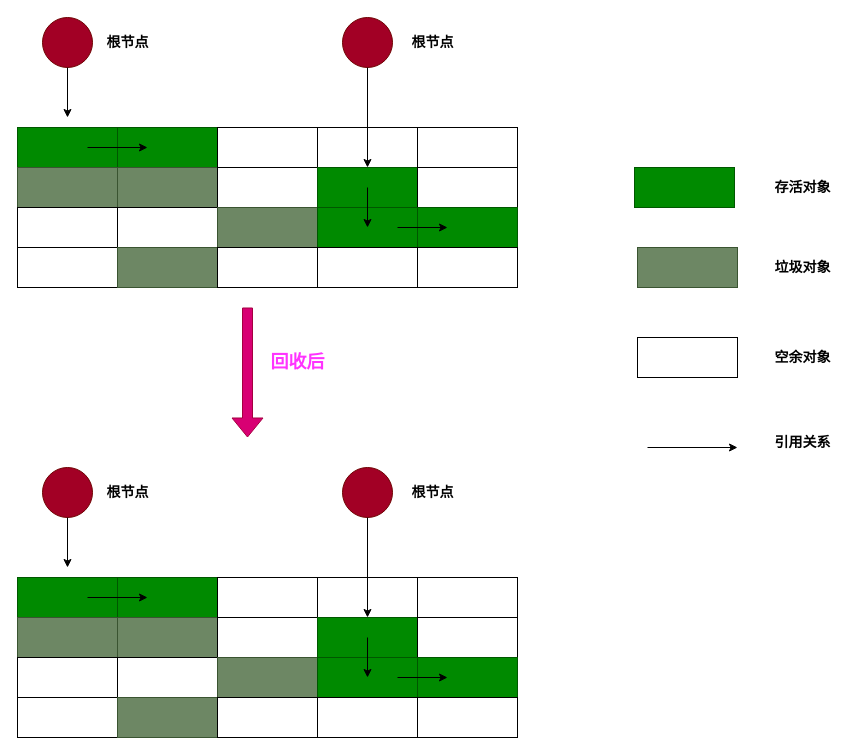
wenxuan-ping/picture keeps this draw.io diagram as jvm/JVM-垃圾回收算法-标记清除算法.drawio. Above is the earlier version. Source tidied: cells renumbered, new cells numbered last; positions are measured from the earlier drawing's top-left corner, leaving out a move shared by most shapes. Both pictures are drawn from the tidied source at 100%, with x=0, y=0 at pixel (17, 17).
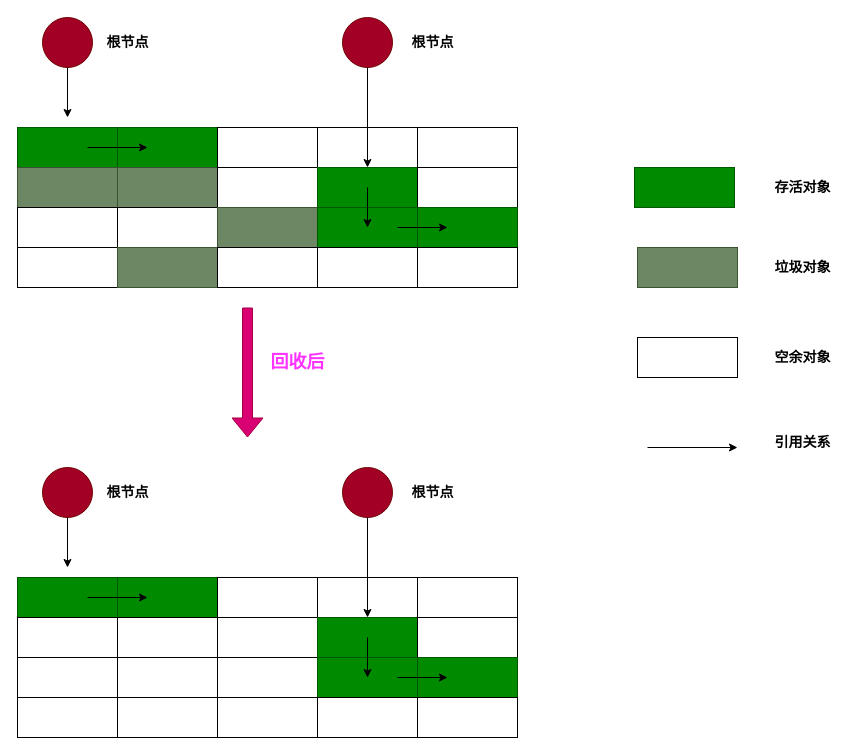
After the change.

Commit message (it also covers changes not shown here):
更新JVM-垃圾回收算法-标记清除算法.drawio

The edit, as a diff of the source:
```diff
@@
-    <mxCell id="42" style="rounded=0;whiteSpace=wrap;html=1;fillColor=#6d8764;strokeColor=#3A5431;fontColor=#ffffff;fontSize=14;fontStyle=1;" parent="1" vertex="1">
+    <mxCell id="42" style="rounded=0;whiteSpace=wrap;html=1;fontSize=14;fontStyle=1;" parent="1" vertex="1">
       <mxGeometry y="600" width="100" height="40" as="geometry" />
     </mxCell>
-    <mxCell id="43" style="rounded=0;whiteSpace=wrap;html=1;fillColor=#6d8764;strokeColor=#3A5431;fontColor=#ffffff;fontSize=14;fontStyle=1;" parent="1" vertex="1">
+    <mxCell id="43" style="rounded=0;whiteSpace=wrap;html=1;fontSize=14;fontStyle=1;" parent="1" vertex="1">
       <mxGeometry x="100" y="600" width="100" height="40" as="geometry" />
     </mxCell>
@@
-    <mxCell id="49" style="rounded=0;whiteSpace=wrap;html=1;fillColor=#6d8764;fontColor=#ffffff;strokeColor=#3A5431;fontSize=14;fontStyle=1;" parent="1" vertex="1">
+    <mxCell id="49" style="rounded=0;whiteSpace=wrap;html=1;fontSize=14;fontStyle=1;" parent="1" vertex="1">
       <mxGeometry x="200" y="640" width="100" height="40" as="geometry" />
     </mxCell>
@@
-    <mxCell id="53" style="rounded=0;whiteSpace=wrap;html=1;fillColor=#6d8764;strokeColor=#3A5431;fontColor=#ffffff;fontSize=14;fontStyle=1;" parent="1" vertex="1">
+    <mxCell id="53" style="rounded=0;whiteSpace=wrap;html=1;fontSize=14;fontStyle=1;" parent="1" vertex="1">
       <mxGeometry x="100" y="680" width="100" height="40" as="geometry" />
     </mxCell>
```
